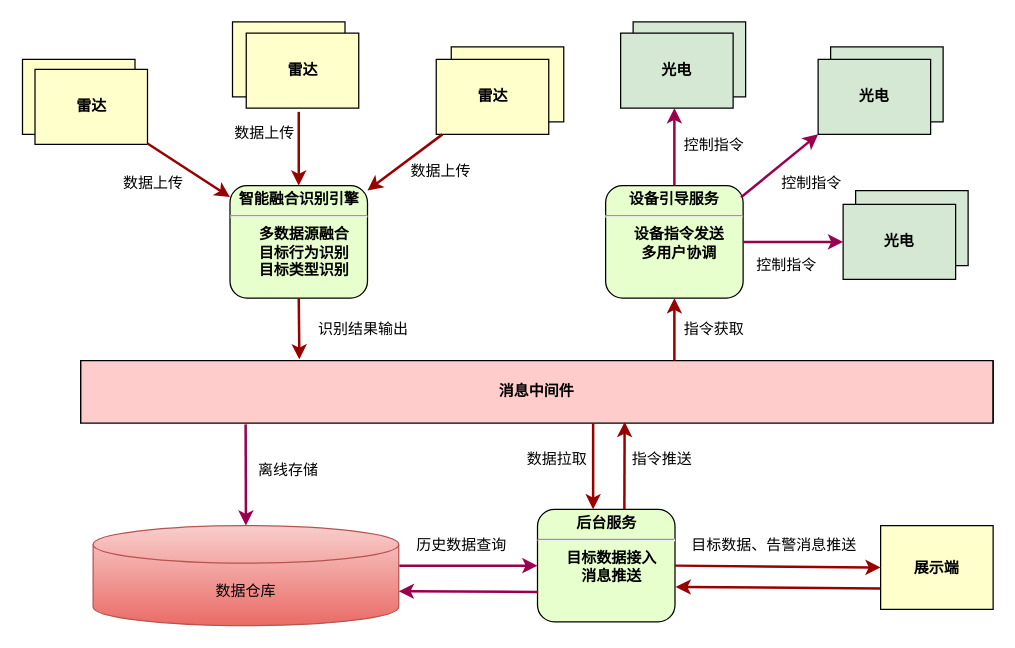
Above: 智能识别模块.drawio in singleYU/WPF_Docs (draw.io), before the change. Source tidied: cells renumbered, new cells numbered last; positions are measured from the earlier drawing's top-left corner, leaving out a move shared by most shapes. Both pictures are drawn from the tidied source at 125%, with x=0, y=0 at pixel (22, 21).
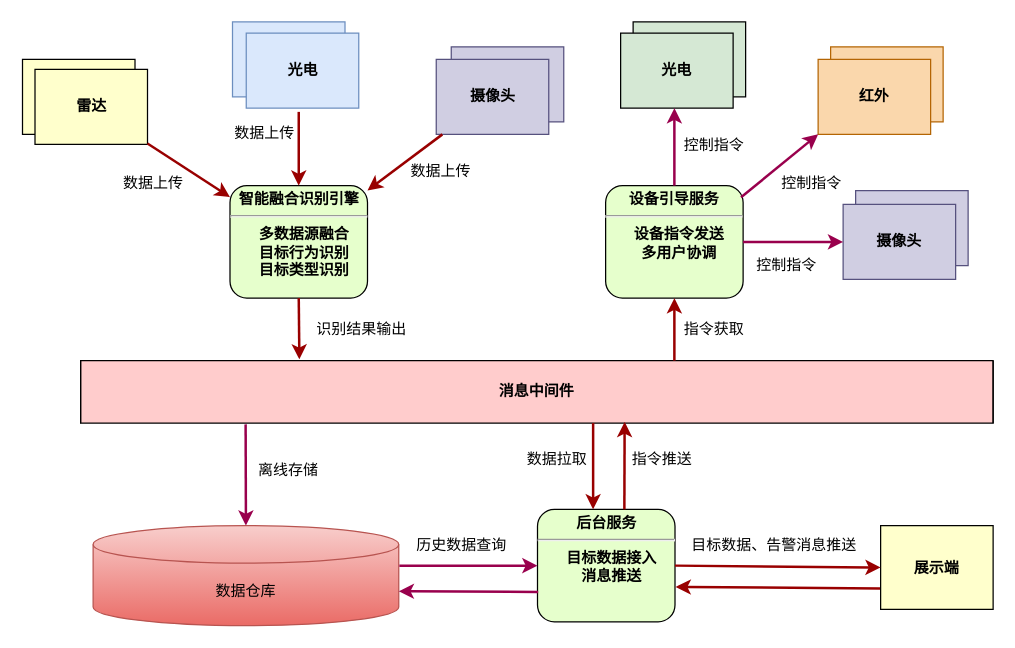
The same page after the edit.

Commit message:
更新智能识别模块.drawio

Diff of the diagram source:
```diff
@@
-    <mxCell id="2" style="whiteSpace=wrap;align=center;verticalAlign=middle;fontStyle=1;strokeWidth=1;fillColor=#d5e8d4;" parent="1" vertex="1">
+    <mxCell id="2" style="whiteSpace=wrap;align=center;verticalAlign=middle;fontStyle=1;strokeWidth=1;fillColor=#d0cee2;strokeColor=#56517e;" parent="1" vertex="1">
       <mxGeometry x="666" y="135" width="90" height="60" as="geometry" />
     </mxCell>
-    <mxCell id="3" style="whiteSpace=wrap;align=center;verticalAlign=middle;fontStyle=1;strokeWidth=1;fillColor=#d5e8d4;" parent="1" vertex="1">
+    <mxCell id="3" style="whiteSpace=wrap;align=center;verticalAlign=middle;fontStyle=1;strokeWidth=1;fillColor=#fad7ac;strokeColor=#b46504;" parent="1" vertex="1">
       <mxGeometry x="646" y="20" width="90" height="60" as="geometry" />
     </mxCell>
@@
-    <mxCell id="6" style="whiteSpace=wrap;align=center;verticalAlign=middle;fontStyle=1;strokeWidth=1;fillColor=#FFFFCC;" parent="1" vertex="1">
+    <mxCell id="6" style="whiteSpace=wrap;align=center;verticalAlign=middle;fontStyle=1;strokeWidth=1;fillColor=#dae8fc;strokeColor=#6c8ebf;" parent="1" vertex="1">
       <mxGeometry x="167.5" width="90" height="60" as="geometry" />
     </mxCell>
-    <mxCell id="7" style="whiteSpace=wrap;align=center;verticalAlign=middle;fontStyle=1;strokeWidth=1;fillColor=#FFFFCC;" parent="1" vertex="1">
+    <mxCell id="7" style="whiteSpace=wrap;align=center;verticalAlign=middle;fontStyle=1;strokeWidth=1;fillColor=#d0cee2;strokeColor=#56517e;" parent="1" vertex="1">
       <mxGeometry x="342.5" y="20" width="90" height="60" as="geometry" />
     </mxCell>
@@
-    <mxCell id="9" value="雷达" style="whiteSpace=wrap;align=center;verticalAlign=middle;fontStyle=1;strokeWidth=1;fillColor=#FFFFCC;" parent="1" vertex="1">
+    <mxCell id="9" value="摄像头" style="whiteSpace=wrap;align=center;verticalAlign=middle;fontStyle=1;strokeWidth=1;fillColor=#d0cee2;strokeColor=#56517e;" parent="1" vertex="1">
       <mxGeometry x="330.5" y="30" width="90" height="60" as="geometry" />
     </mxCell>
@@
     <mxCell id="17" value="识别结果输出" style="text;spacingTop=-5;align=center;strokeWidth=1;" parent="1" vertex="1">
-      <mxGeometry x="257.5" y="237" width="30" height="20" as="geometry" />
+      <mxGeometry x="256" y="237" width="30" height="20" as="geometry" />
     </mxCell>
@@
-    <mxCell id="20" value="雷达" style="whiteSpace=wrap;align=center;verticalAlign=middle;fontStyle=1;strokeWidth=1;fillColor=#FFFFCC;" parent="1" vertex="1">
+    <mxCell id="20" value="光电" style="whiteSpace=wrap;align=center;verticalAlign=middle;fontStyle=1;strokeWidth=1;fillColor=#dae8fc;strokeColor=#6c8ebf;" parent="1" vertex="1">
       <mxGeometry x="178.5" y="9" width="90" height="60" as="geometry" />
     </mxCell>
@@
-    <mxCell id="28" value="光电" style="whiteSpace=wrap;align=center;verticalAlign=middle;fontStyle=1;strokeWidth=1;fillColor=#d5e8d4;" parent="1" vertex="1">
+    <mxCell id="28" value="摄像头" style="whiteSpace=wrap;align=center;verticalAlign=middle;fontStyle=1;strokeWidth=1;fillColor=#d0cee2;strokeColor=#56517e;" parent="1" vertex="1">
       <mxGeometry x="656" y="146" width="90" height="60" as="geometry" />
     </mxCell>
@@
-    <mxCell id="36" value="光电" style="whiteSpace=wrap;align=center;verticalAlign=middle;fontStyle=1;strokeWidth=1;fillColor=#d5e8d4;" parent="1" vertex="1">
+    <mxCell id="36" value="红外" style="whiteSpace=wrap;align=center;verticalAlign=middle;fontStyle=1;strokeWidth=1;fillColor=#fad7ac;strokeColor=#b46504;" parent="1" vertex="1">
       <mxGeometry x="636" y="30" width="90" height="60" as="geometry" />
     </mxCell>
```
